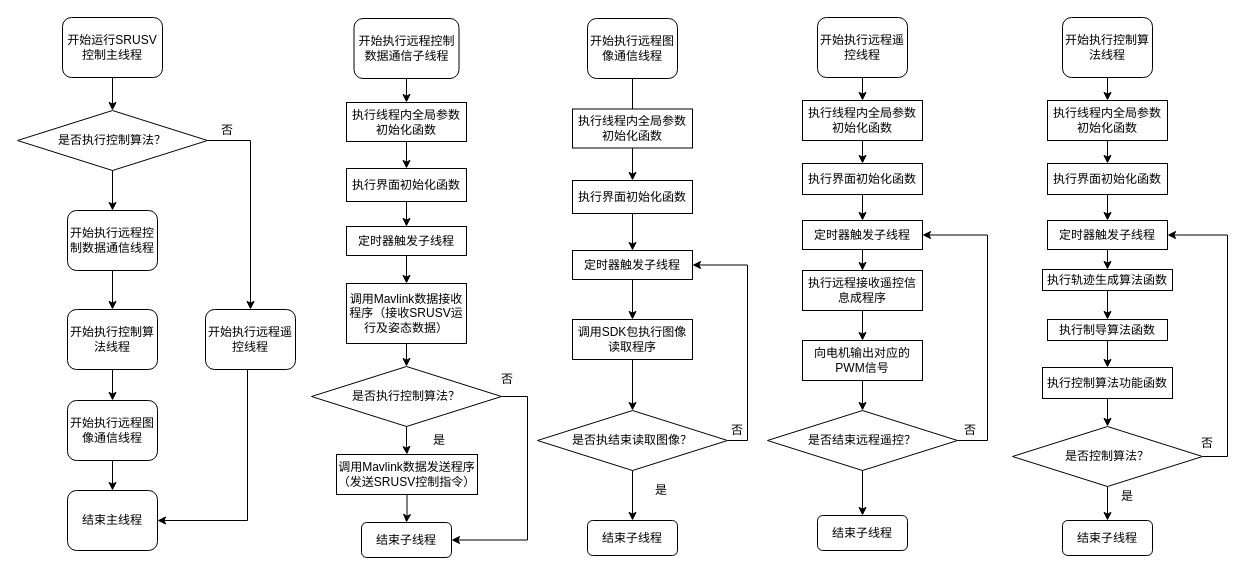
The draw.io diagram 王逸琪第五章/程序流程图.drawio in shijianhaikey/Drawio, before the edit. Source tidied: cells renumbered, new cells numbered last; positions are measured from the earlier drawing's top-left corner, leaving out a move shared by most shapes. Both pictures are drawn from the tidied source at 100%, with x=0, y=0 at pixel (17, 17).
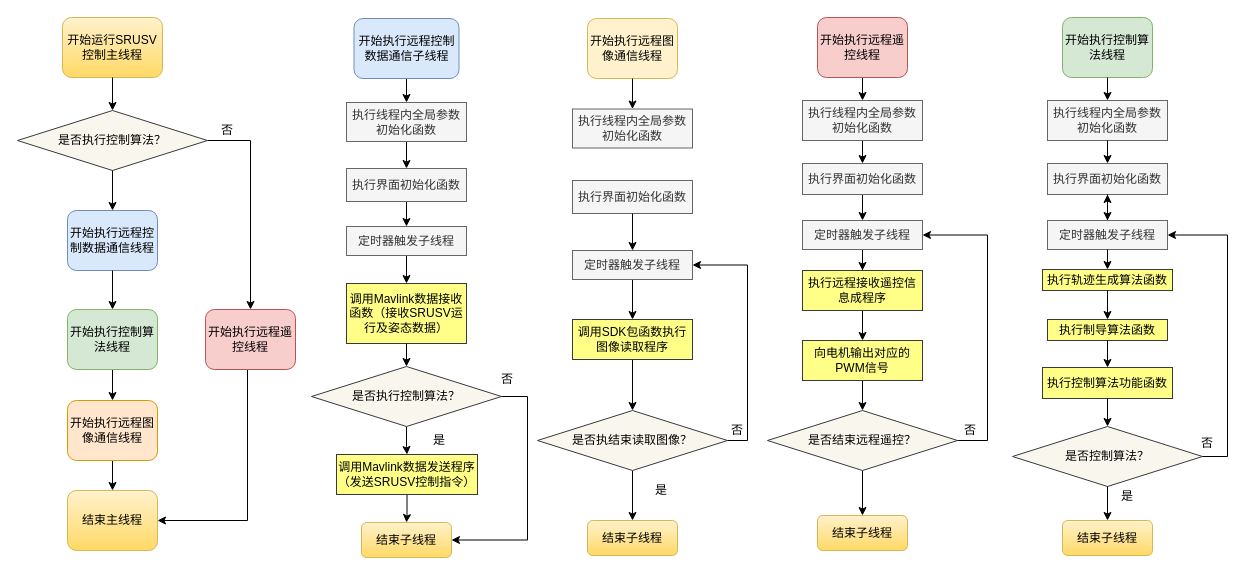
The same page after the edit.

Commit message:
更新程序流程图.drawio

Diff of the diagram source:
```diff
@@
-    <mxCell id="3" value="开始执行远程控制数据通信子线程" style="rounded=1;whiteSpace=wrap;html=1;" parent="1" vertex="1">
+    <mxCell id="3" value="开始执行远程控制数据通信子线程" style="rounded=1;whiteSpace=wrap;html=1;fillColor=#dae8fc;strokeColor=#6c8ebf;" parent="1" vertex="1">
       <mxGeometry x="336.5" y="1" width="105" height="60" as="geometry" />
     </mxCell>
@@
-    <mxCell id="5" value="执行线程内全局参数初始化函数" style="rounded=0;whiteSpace=wrap;html=1;" parent="1" vertex="1">
+    <mxCell id="5" value="执行线程内全局参数初始化函数" style="rounded=0;whiteSpace=wrap;html=1;fillColor=#f5f5f5;fontColor=#333333;strokeColor=#666666;" parent="1" vertex="1">
       <mxGeometry x="329" y="85" width="120" height="39" as="geometry" />
     </mxCell>
@@
-    <mxCell id="7" value="执行界面初始化函数" style="rounded=0;whiteSpace=wrap;html=1;" parent="1" vertex="1">
+    <mxCell id="7" value="执行界面初始化函数" style="rounded=0;whiteSpace=wrap;html=1;fillColor=#f5f5f5;fontColor=#333333;strokeColor=#666666;" parent="1" vertex="1">
       <mxGeometry x="329" y="151" width="120" height="33" as="geometry" />
     </mxCell>
-    <mxCell id="8" style="edgeStyle=orthogonalEdgeStyle;rounded=0;jettySize=auto;html=1;" parent="1" edge="1" source="9" target="43">
-      <mxGeometry relative="1" as="geometry" />
-    </mxCell>
-    <mxCell id="9" value="开始执行远程图像通信线程" style="rounded=1;whiteSpace=wrap;html=1;" parent="1" vertex="1">
+    <mxCell id="9" value="开始执行远程图像通信线程" style="rounded=1;whiteSpace=wrap;html=1;fillColor=#fff2cc;strokeColor=#d6b656;" parent="1" vertex="1">
       <mxGeometry x="570" y="1" width="90" height="60" as="geometry" />
     </mxCell>
@@
-    <mxCell id="11" value="开始执行远程遥控线程" style="rounded=1;whiteSpace=wrap;html=1;" parent="1" vertex="1">
+    <mxCell id="11" value="开始执行远程遥控线程" style="rounded=1;whiteSpace=wrap;html=1;fillColor=#f8cecc;strokeColor=#b85450;" parent="1" vertex="1">
       <mxGeometry x="800" width="90" height="60" as="geometry" />
     </mxCell>
@@
-    <mxCell id="13" value="执行线程内全局参数初始化函数" style="rounded=0;whiteSpace=wrap;html=1;" parent="1" vertex="1">
+    <mxCell id="13" value="执行线程内全局参数初始化函数" style="rounded=0;whiteSpace=wrap;html=1;fillColor=#f5f5f5;fontColor=#333333;strokeColor=#666666;" parent="1" vertex="1">
       <mxGeometry x="785" y="83" width="120" height="40" as="geometry" />
     </mxCell>
@@
-    <mxCell id="15" value="执行界面初始化函数" style="rounded=0;whiteSpace=wrap;html=1;" parent="1" vertex="1">
+    <mxCell id="15" value="执行界面初始化函数" style="rounded=0;whiteSpace=wrap;html=1;fillColor=#f5f5f5;fontColor=#333333;strokeColor=#666666;" parent="1" vertex="1">
       <mxGeometry x="785" y="146" width="120" height="31" as="geometry" />
     </mxCell>
-    <mxCell id="16" value="开始执行控制算法线程" style="rounded=1;whiteSpace=wrap;html=1;" parent="1" vertex="1">
+    <mxCell id="16" value="开始执行控制算法线程" style="rounded=1;whiteSpace=wrap;html=1;fillColor=#d5e8d4;strokeColor=#82b366;" parent="1" vertex="1">
       <mxGeometry x="1045" width="90" height="60" as="geometry" />
     </mxCell>
-    <mxCell id="17" value="开始运行SRUSV控制主线程" style="rounded=1;whiteSpace=wrap;html=1;" parent="1" vertex="1">
+    <mxCell id="17" value="开始运行SRUSV控制主线程" style="rounded=1;whiteSpace=wrap;html=1;fillColor=#fff2cc;gradientColor=#ffd966;strokeColor=#d6b656;" parent="1" vertex="1">
       <mxGeometry x="45" width="100" height="60" as="geometry" />
     </mxCell>
-    <mxCell id="18" value="开始执行远程控制数据通信线程" style="rounded=1;whiteSpace=wrap;html=1;" parent="1" vertex="1">
+    <mxCell id="18" value="开始执行远程控制数据通信线程" style="rounded=1;whiteSpace=wrap;html=1;fillColor=#dae8fc;strokeColor=#6c8ebf;" parent="1" vertex="1">
       <mxGeometry x="50" y="193" width="90" height="60" as="geometry" />
     </mxCell>
-    <mxCell id="19" value="是否执行控制算法？" style="rhombus;whiteSpace=wrap;html=1;" parent="1" vertex="1">
+    <mxCell id="19" value="是否执行控制算法？" style="rhombus;whiteSpace=wrap;html=1;fillColor=#f9f7ed;strokeColor=#36393d;" parent="1" vertex="1">
       <mxGeometry y="93" width="190" height="60" as="geometry" />
     </mxCell>
@@
-    <mxCell id="26" value="开始执行远程遥控线程" style="rounded=1;whiteSpace=wrap;html=1;" parent="1" vertex="1">
+    <mxCell id="26" value="开始执行远程遥控线程" style="rounded=1;whiteSpace=wrap;html=1;fillColor=#f8cecc;strokeColor=#b85450;" parent="1" vertex="1">
       <mxGeometry x="188" y="292" width="90" height="60" as="geometry" />
     </mxCell>
@@
-    <mxCell id="29" value="开始执行控制算法线程" style="rounded=1;whiteSpace=wrap;html=1;" parent="1" vertex="1">
+    <mxCell id="29" value="开始执行控制算法线程" style="rounded=1;whiteSpace=wrap;html=1;fillColor=#d5e8d4;strokeColor=#82b366;" parent="1" vertex="1">
       <mxGeometry x="50" y="292" width="90" height="60" as="geometry" />
     </mxCell>
@@
-    <mxCell id="31" value="开始执行远程图像通信线程" style="rounded=1;whiteSpace=wrap;html=1;" parent="1" vertex="1">
+    <mxCell id="31" value="开始执行远程图像通信线程" style="rounded=1;whiteSpace=wrap;html=1;fillColor=#ffe6cc;strokeColor=#d79b00;" parent="1" vertex="1">
       <mxGeometry x="50" y="383" width="90" height="60" as="geometry" />
     </mxCell>
-    <mxCell id="32" value="结束主线程" style="rounded=1;whiteSpace=wrap;html=1;" parent="1" vertex="1">
+    <mxCell id="32" value="结束主线程" style="rounded=1;whiteSpace=wrap;html=1;fillColor=#fff2cc;strokeColor=#d6b656;gradientColor=#ffd966;" parent="1" vertex="1">
       <mxGeometry x="50" y="473" width="90" height="60" as="geometry" />
     </mxCell>
@@
-    <mxCell id="34" value="定时器触发子线程" style="rounded=0;whiteSpace=wrap;html=1;" parent="1" vertex="1">
+    <mxCell id="34" value="定时器触发子线程" style="rounded=0;whiteSpace=wrap;html=1;fillColor=#f5f5f5;fontColor=#333333;strokeColor=#666666;" parent="1" vertex="1">
       <mxGeometry x="329" y="209" width="120" height="29" as="geometry" />
     </mxCell>
-    <mxCell id="35" value="调用Mavlink数据接收程序（接收SRUSV运行及姿态数据）" style="rounded=0;whiteSpace=wrap;html=1;" parent="1" vertex="1">
+    <mxCell id="35" value="调用Mavlink数据接收函数（接收SRUSV运行及姿态数据）" style="rounded=0;whiteSpace=wrap;html=1;fillColor=#ffff88;strokeColor=#36393d;" parent="1" vertex="1">
       <mxGeometry x="329" y="266" width="120" height="60" as="geometry" />
     </mxCell>
@@
-    <mxCell id="37" value="调用Mavlink数据发送程序（发送SRUSV控制指令）" style="rounded=0;whiteSpace=wrap;html=1;" parent="1" vertex="1">
+    <mxCell id="37" value="调用Mavlink数据发送程序（发送SRUSV控制指令）" style="rounded=0;whiteSpace=wrap;html=1;fillColor=#ffff88;strokeColor=#36393d;" parent="1" vertex="1">
       <mxGeometry x="319" y="437" width="141" height="40" as="geometry" />
     </mxCell>
@@
-    <mxCell id="39" value="是否执行控制算法？" style="rhombus;whiteSpace=wrap;html=1;" parent="1" vertex="1">
+    <mxCell id="39" value="是否执行控制算法？" style="rhombus;whiteSpace=wrap;html=1;fillColor=#f9f7ed;strokeColor=#36393d;" parent="1" vertex="1">
       <mxGeometry x="294" y="349" width="190" height="60" as="geometry" />
     </mxCell>
@@
-    <mxCell id="41" value="结束子线程" style="rounded=1;whiteSpace=wrap;html=1;" parent="1" vertex="1">
+    <mxCell id="41" value="结束子线程" style="rounded=1;whiteSpace=wrap;html=1;fillColor=#fff2cc;strokeColor=#d6b656;gradientColor=#ffd966;" parent="1" vertex="1">
       <mxGeometry x="344" y="505" width="90" height="35" as="geometry" />
     </mxCell>
-    <mxCell id="42" value="执行线程内全局参数初始化函数" style="rounded=0;whiteSpace=wrap;html=1;" parent="1" vertex="1">
+    <mxCell id="42" value="执行线程内全局参数初始化函数" style="rounded=0;whiteSpace=wrap;html=1;fillColor=#f5f5f5;fontColor=#333333;strokeColor=#666666;" parent="1" vertex="1">
       <mxGeometry x="555" y="91.5" width="120" height="39" as="geometry" />
     </mxCell>
-    <mxCell id="43" value="执行界面初始化函数" style="rounded=0;whiteSpace=wrap;html=1;" parent="1" vertex="1">
+    <mxCell id="43" value="执行界面初始化函数" style="rounded=0;whiteSpace=wrap;html=1;fillColor=#f5f5f5;fontColor=#333333;strokeColor=#666666;" parent="1" vertex="1">
       <mxGeometry x="555" y="163" width="120" height="33" as="geometry" />
     </mxCell>
@@
-    <mxCell id="45" value="定时器触发子线程" style="rounded=0;whiteSpace=wrap;html=1;" parent="1" vertex="1">
+    <mxCell id="45" value="定时器触发子线程" style="rounded=0;whiteSpace=wrap;html=1;fillColor=#f5f5f5;fontColor=#333333;strokeColor=#666666;" parent="1" vertex="1">
       <mxGeometry x="555" y="233" width="120" height="29" as="geometry" />
     </mxCell>
@@
-    <mxCell id="47" value="调用SDK包执行图像读取程序" style="rounded=0;whiteSpace=wrap;html=1;" parent="1" vertex="1">
+    <mxCell id="47" value="调用SDK包函数执行图像读取程序" style="rounded=0;whiteSpace=wrap;html=1;fillColor=#ffff88;strokeColor=#36393d;" parent="1" vertex="1">
       <mxGeometry x="555" y="302" width="120" height="40" as="geometry" />
     </mxCell>
@@
-    <mxCell id="50" value="是否执结束读取图像？" style="rhombus;whiteSpace=wrap;html=1;" parent="1" vertex="1">
+    <mxCell id="50" value="是否执结束读取图像？" style="rhombus;whiteSpace=wrap;html=1;fillColor=#f9f7ed;strokeColor=#36393d;" parent="1" vertex="1">
       <mxGeometry x="520" y="393" width="190" height="60" as="geometry" />
     </mxCell>
-    <mxCell id="51" value="结束子线程" style="rounded=1;whiteSpace=wrap;html=1;" parent="1" vertex="1">
+    <mxCell id="51" value="结束子线程" style="rounded=1;whiteSpace=wrap;html=1;fillColor=#fff2cc;strokeColor=#d6b656;gradientColor=#ffd966;" parent="1" vertex="1">
       <mxGeometry x="570" y="503" width="90" height="35" as="geometry" />
     </mxCell>
@@
-    <mxCell id="58" value="定时器触发子线程" style="rounded=0;whiteSpace=wrap;html=1;" parent="1" vertex="1">
+    <mxCell id="58" value="定时器触发子线程" style="rounded=0;whiteSpace=wrap;html=1;fillColor=#f5f5f5;fontColor=#333333;strokeColor=#666666;" parent="1" vertex="1">
       <mxGeometry x="785" y="203" width="120" height="29" as="geometry" />
     </mxCell>
@@
-    <mxCell id="60" value="执行远程接收遥控信息成程序" style="rounded=0;whiteSpace=wrap;html=1;" parent="1" vertex="1">
+    <mxCell id="60" value="执行远程接收遥控信息成程序" style="rounded=0;whiteSpace=wrap;html=1;fillColor=#ffff88;strokeColor=#36393d;" parent="1" vertex="1">
       <mxGeometry x="785" y="253" width="120" height="40" as="geometry" />
     </mxCell>
@@
-    <mxCell id="62" value="向电机输出对应的PWM信号" style="rounded=0;whiteSpace=wrap;html=1;" parent="1" vertex="1">
+    <mxCell id="62" value="向电机输出对应的PWM信号" style="rounded=0;whiteSpace=wrap;html=1;fillColor=#ffff88;strokeColor=#36393d;" parent="1" vertex="1">
       <mxGeometry x="785" y="323" width="120" height="40" as="geometry" />
     </mxCell>
@@
-    <mxCell id="64" value="是否结束远程遥控？" style="rhombus;whiteSpace=wrap;html=1;" parent="1" vertex="1">
+    <mxCell id="64" value="是否结束远程遥控？" style="rhombus;whiteSpace=wrap;html=1;fillColor=#f9f7ed;strokeColor=#36393d;" parent="1" vertex="1">
       <mxGeometry x="750" y="393" width="190" height="60" as="geometry" />
     </mxCell>
-    <mxCell id="65" value="结束子线程" style="rounded=1;whiteSpace=wrap;html=1;" parent="1" vertex="1">
+    <mxCell id="65" value="结束子线程" style="rounded=1;whiteSpace=wrap;html=1;fillColor=#fff2cc;strokeColor=#d6b656;gradientColor=#ffd966;" parent="1" vertex="1">
       <mxGeometry x="800" y="498" width="90" height="35" as="geometry" />
     </mxCell>
@@
-    <mxCell id="69" value="执行线程内全局参数初始化函数" style="rounded=0;whiteSpace=wrap;html=1;" parent="1" vertex="1">
+    <mxCell id="69" value="执行线程内全局参数初始化函数" style="rounded=0;whiteSpace=wrap;html=1;fillColor=#f5f5f5;fontColor=#333333;strokeColor=#666666;" parent="1" vertex="1">
       <mxGeometry x="1030" y="83" width="120" height="40" as="geometry" />
     </mxCell>
-    <mxCell id="70" value="执行界面初始化函数" style="rounded=0;whiteSpace=wrap;html=1;" parent="1" vertex="1">
+    <mxCell id="70" value="执行界面初始化函数" style="rounded=0;whiteSpace=wrap;html=1;fillColor=#f5f5f5;fontColor=#333333;strokeColor=#666666;" parent="1" vertex="1">
       <mxGeometry x="1030" y="146" width="120" height="31" as="geometry" />
     </mxCell>
+    <mxCell id="87" style="edgeStyle=orthogonalEdgeStyle;rounded=0;jettySize=auto;html=1;" parent="1" edge="1" source="71" target="70">
+      <mxGeometry relative="1" as="geometry" />
+    </mxCell>
-    <mxCell id="71" value="定时器触发子线程" style="rounded=0;whiteSpace=wrap;html=1;" parent="1" vertex="1">
+    <mxCell id="71" value="定时器触发子线程" style="rounded=0;whiteSpace=wrap;html=1;fillColor=#f5f5f5;fontColor=#333333;strokeColor=#666666;" parent="1" vertex="1">
       <mxGeometry x="1030" y="203" width="120" height="29" as="geometry" />
     </mxCell>
-    <mxCell id="72" value="执行轨迹生成算法函数" style="rounded=0;whiteSpace=wrap;html=1;" parent="1" vertex="1">
+    <mxCell id="72" value="执行轨迹生成算法函数" style="rounded=0;whiteSpace=wrap;html=1;fillColor=#ffff88;strokeColor=#36393d;" parent="1" vertex="1">
       <mxGeometry x="1025" y="252" width="130" height="21" as="geometry" />
     </mxCell>
-    <mxCell id="73" value="执行制导算法函数" style="rounded=0;whiteSpace=wrap;html=1;" parent="1" vertex="1">
+    <mxCell id="73" value="执行制导算法函数" style="rounded=0;whiteSpace=wrap;html=1;fillColor=#ffff88;strokeColor=#36393d;" parent="1" vertex="1">
       <mxGeometry x="1030" y="302" width="120" height="21" as="geometry" />
     </mxCell>
-    <mxCell id="74" value="执行控制算法功能函数" style="rounded=0;whiteSpace=wrap;html=1;" parent="1" vertex="1">
+    <mxCell id="74" value="执行控制算法功能函数" style="rounded=0;whiteSpace=wrap;html=1;fillColor=#ffff88;strokeColor=#36393d;" parent="1" vertex="1">
       <mxGeometry x="1025" y="350" width="130" height="31" as="geometry" />
     </mxCell>
-    <mxCell id="75" value="结束子线程" style="rounded=1;whiteSpace=wrap;html=1;" parent="1" vertex="1">
+    <mxCell id="75" value="结束子线程" style="rounded=1;whiteSpace=wrap;html=1;fillColor=#fff2cc;strokeColor=#d6b656;gradientColor=#ffd966;" parent="1" vertex="1">
       <mxGeometry x="1045" y="503" width="90" height="35" as="geometry" />
     </mxCell>
-    <mxCell id="76" value="是否控制算法？" style="rhombus;whiteSpace=wrap;html=1;" parent="1" vertex="1">
+    <mxCell id="76" value="是否控制算法？" style="rhombus;whiteSpace=wrap;html=1;fillColor=#f9f7ed;strokeColor=#36393d;" parent="1" vertex="1">
       <mxGeometry x="995" y="409" width="190" height="60" as="geometry" />
     </mxCell>
@@
+    <mxCell id="88" style="endArrow=classic;html=1;rounded=0;exitX=0.5;exitY=1;exitDx=0;exitDy=0;entryX=0.5;entryY=0;entryDx=0;entryDy=0;" parent="1" edge="1" source="9" target="42">
+      <mxGeometry relative="1" as="geometry" />
+    </mxCell>
```
